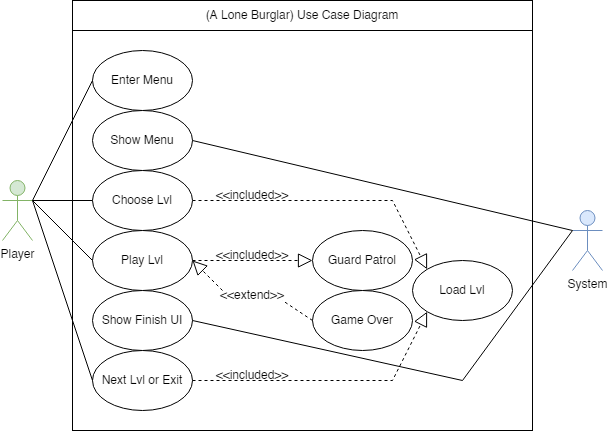
This is use case diagram.png from johannfac/A-Lone-Burglar, a draw.io export, as it was before one commit. Source tidied: cells renumbered, new cells last; positions are measured from the earlier drawing's top-left corner, leaving out a move shared by most shapes.
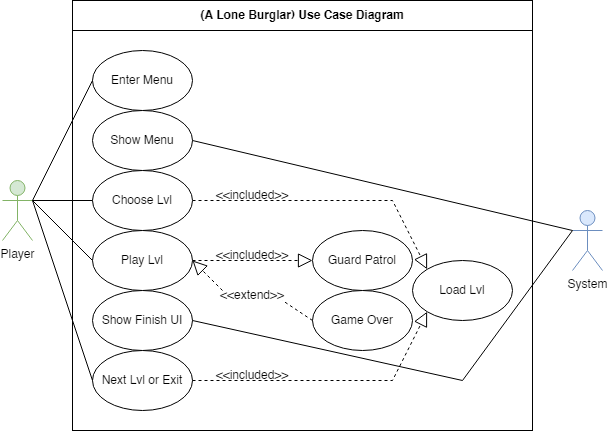
The same file after the commit.

Diff of the diagram source:
```diff
@@ -68,7 +68,7 @@
     <mxCell id="20" style="endArrow=none;endFill=0;endSize=12;html=1;rounded=0;exitX=1;exitY=0.3333333333333333;exitDx=0;exitDy=0;entryX=0;entryY=0.5;entryDx=0;entryDy=0;startArrow=none;exitPerimeter=0;" parent="1" edge="1" source="3" target="12">
       <mxGeometry relative="1" as="geometry" />
     </mxCell>
-    <mxCell id="21" value="(A Lone Burglar) Use Case Diagram" style="rounded=0;whiteSpace=wrap;html=1;" parent="1" vertex="1">
+    <mxCell id="21" value="&lt;b&gt;(A Lone Burglar) Use Case Diagram&lt;/b&gt;" style="rounded=0;whiteSpace=wrap;html=1;" parent="1" vertex="1">
       <mxGeometry x="70" width="460" height="30" as="geometry" />
     </mxCell>
     <mxCell id="22" value="&amp;lt;&amp;lt;extend&amp;gt;&amp;gt;" style="text;html=1;strokeColor=none;fillColor=none;align=center;verticalAlign=middle;whiteSpace=wrap;rounded=0;" parent="1" vertex="1">
```
